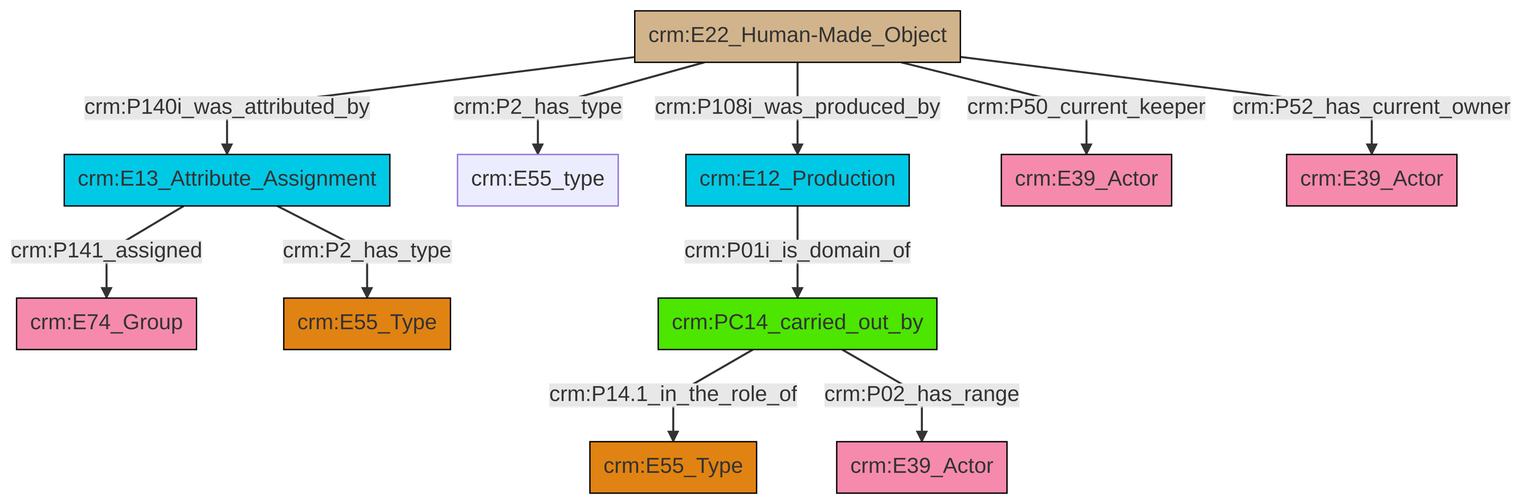
Before: et/artworkCSV/ttl/mmd/png/Artwork_Actor_Relations.png, a diagram exported from Mermaid (swiss-art-research-net/docs.swissartresearch). Its source is kept beside it as et/artworkCSV/ttl/mmd/Artwork_Actor_Relations.ttl.mmd.
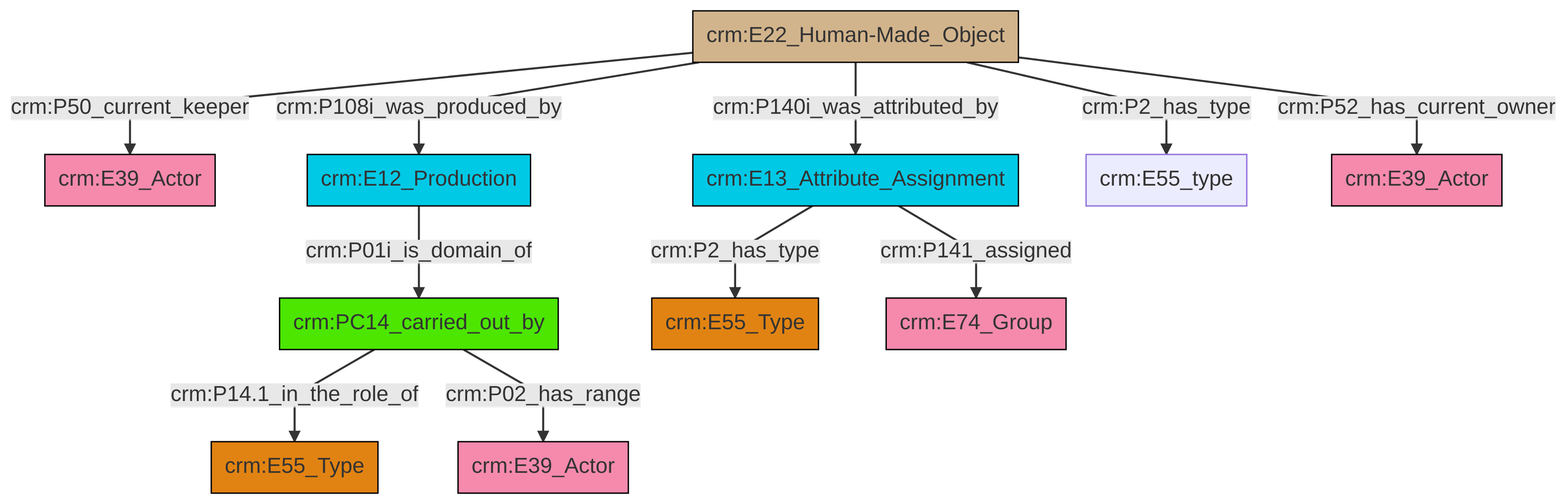
The same diagram one commit later.

Change to the diagram source:
```diff
@@ -13,13 +13,13 @@
 classDef PC_Classes fill:#4ce600, stroke:#000000;
 classDef Multi fill:#cccccc,stroke:#000000;
 
-0["crm:E13_Attribute_Assignment"]:::Temporal_Entity -->|crm:P141_assigned| 1["crm:E74_Group"]:::Actor
-2["crm:E22_Human-Made_Object"]:::Physical_Thing -->|crm:P140i_was_attributed_by| 0["crm:E13_Attribute_Assignment"]:::Temporal_Entity
-2["crm:E22_Human-Made_Object"]:::Physical_Thing -->|crm:P2_has_type| 3["crm:E55_type"]:::Default
-9["crm:E12_Production"]:::Temporal_Entity -->|crm:P01i_is_domain_of| 10["crm:PC14_carried_out_by"]:::PC_Classes
-10["crm:PC14_carried_out_by"]:::PC_Classes -->|crm:P14.1_in_the_role_of| 13["crm:E55_Type"]:::Type
-10["crm:PC14_carried_out_by"]:::PC_Classes -->|crm:P02_has_range| 4["crm:E39_Actor"]:::Actor
-2["crm:E22_Human-Made_Object"]:::Physical_Thing -->|crm:P108i_was_produced_by| 9["crm:E12_Production"]:::Temporal_Entity
-0["crm:E13_Attribute_Assignment"]:::Temporal_Entity -->|crm:P2_has_type| 11["crm:E55_Type"]:::Type
-2["crm:E22_Human-Made_Object"]:::Physical_Thing -->|crm:P50_current_keeper| 7["crm:E39_Actor"]:::Actor
-2["crm:E22_Human-Made_Object"]:::Physical_Thing -->|crm:P52_has_current_owner| 20["crm:E39_Actor"]:::Actor
+2["crm:E22_Human-Made_Object"]:::Physical_Thing -->|crm:P50_current_keeper| 3["crm:E39_Actor"]:::Actor
+4["crm:E12_Production"]:::Temporal_Entity -->|crm:P01i_is_domain_of| 5["crm:PC14_carried_out_by"]:::PC_Classes
+2["crm:E22_Human-Made_Object"]:::Physical_Thing -->|crm:P108i_was_produced_by| 4["crm:E12_Production"]:::Temporal_Entity
+9["crm:E13_Attribute_Assignment"]:::Temporal_Entity -->|crm:P141_assigned| 10["crm:E74_Group"]:::Actor
+2["crm:E22_Human-Made_Object"]:::Physical_Thing -->|crm:P2_has_type| 12["crm:E55_type"]:::Default
+9["crm:E13_Attribute_Assignment"]:::Temporal_Entity -->|crm:P2_has_type| 6["crm:E55_Type"]:::Type
+2["crm:E22_Human-Made_Object"]:::Physical_Thing -->|crm:P52_has_current_owner| 15["crm:E39_Actor"]:::Actor
+5["crm:PC14_carried_out_by"]:::PC_Classes -->|crm:P14.1_in_the_role_of| 18["crm:E55_Type"]:::Type
+5["crm:PC14_carried_out_by"]:::PC_Classes -->|crm:P02_has_range| 0["crm:E39_Actor"]:::Actor
+2["crm:E22_Human-Made_Object"]:::Physical_Thing -->|crm:P140i_was_attributed_by| 9["crm:E13_Attribute_Assignment"]:::Temporal_Entity
```
